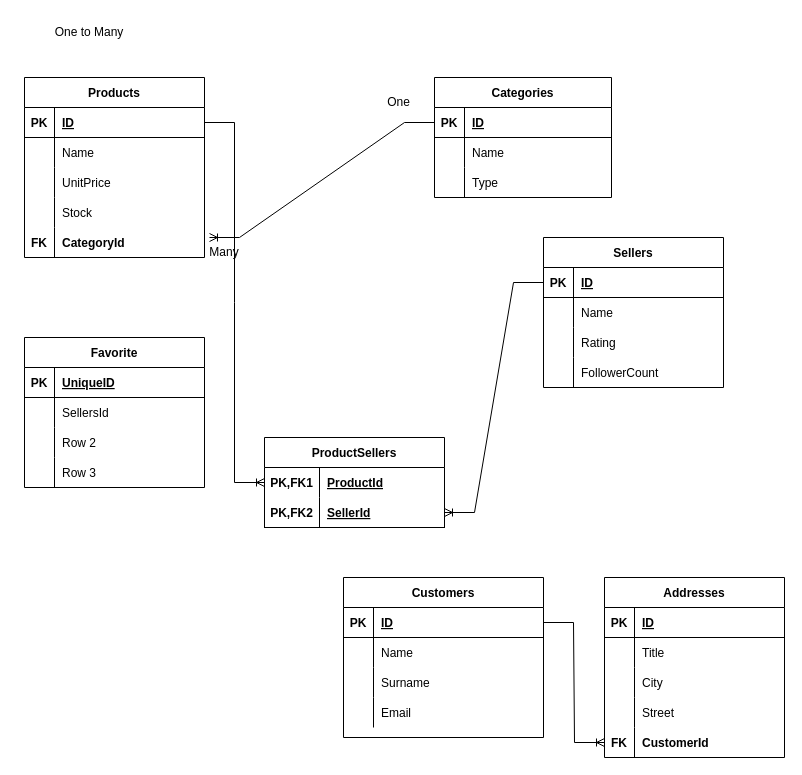
0418-omer/python keeps this draw.io diagram as Untitled Diagram.drawio. Above is the earlier version. Source tidied: cells renumbered, new cells numbered last; positions are measured from the earlier drawing's top-left corner, leaving out a move shared by most shapes. Both pictures are drawn from the tidied source at 100%, with x=0, y=0 at pixel (24, 17).
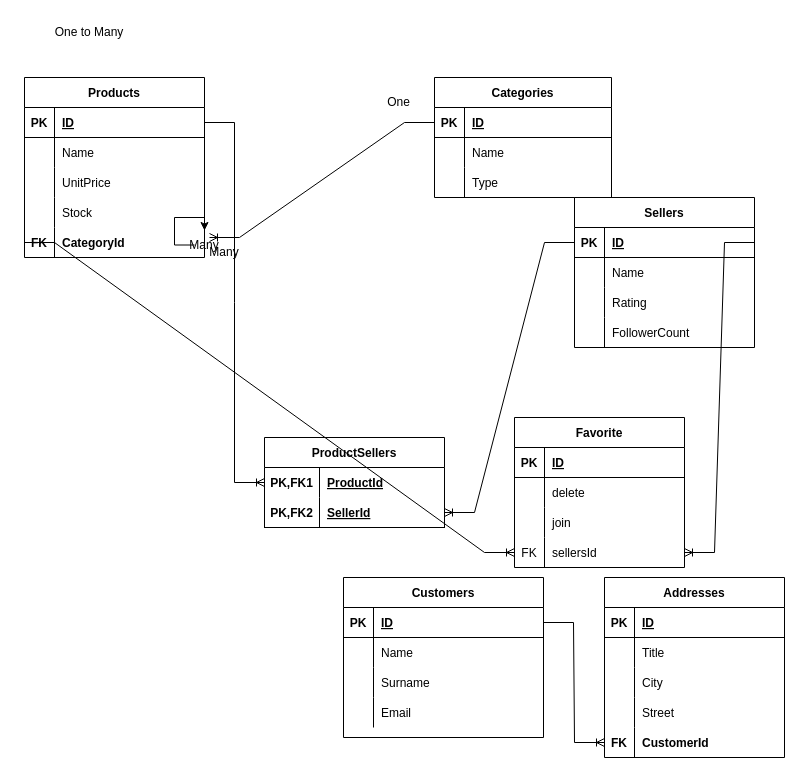
The same page after the edit.

Unchanged cells that the change refers to:
```xml
<mxCell id="15" style="shape=tableRow;horizontal=0;startSize=0;swimlaneHead=0;swimlaneBody=0;fillColor=none;points=[[0,0.5],[1,0.5]];portConstraint=eastwest;top=0;left=0;right=0;bottom=0;" parent="2" vertex="1">
  <mxGeometry y="150" width="180" height="30" as="geometry" />
</mxCell>
<mxCell id="30" value="Many" style="text;html=1;strokeColor=none;fillColor=none;align=center;verticalAlign=middle;whiteSpace=wrap;rounded=0;" parent="1" vertex="1">
  <mxGeometry x="170" y="220" width="60" height="30" as="geometry" />
</mxCell>
<mxCell id="63" style="shape=tableRow;horizontal=0;startSize=0;swimlaneHead=0;swimlaneBody=0;fillColor=none;points=[[0,0.5],[1,0.5]];portConstraint=eastwest;top=0;left=0;right=0;bottom=1;" parent="62" vertex="1">
  <mxGeometry y="30" width="180" height="30" as="geometry" />
</mxCell>
```

What changed in the source:
```diff
@@
+    <mxCell id="97" style="edgeStyle=orthogonalEdgeStyle;rounded=0;jettySize=auto;html=1;exitX=0;exitY=0.25;exitDx=0;exitDy=0;" parent="1" edge="1" source="30" target="100">
+      <mxGeometry relative="1" as="geometry" />
+    </mxCell>
@@
     <mxCell id="62" value="Sellers" style="shape=table;startSize=30;childLayout=tableLayout;rowLines=0;fontStyle=1;align=center;" parent="1" vertex="1">
-      <mxGeometry x="519" y="220" width="180" height="150" as="geometry" />
+      <mxGeometry x="550" y="180" width="180" height="150" as="geometry" />
     </mxCell>
@@
     <mxCell id="84" value="Favorite" style="shape=table;startSize=30;childLayout=tableLayout;rowLines=0;fontStyle=1;align=center;" parent="1" vertex="1">
-      <mxGeometry y="320" width="180" height="150" as="geometry" />
+      <mxGeometry x="490" y="400" width="170" height="150" as="geometry" />
     </mxCell>
     <mxCell id="85" style="shape=tableRow;horizontal=0;startSize=0;swimlaneHead=0;swimlaneBody=0;fillColor=none;top=0;left=0;right=0;bottom=1;" parent="84" vertex="1">
-      <mxGeometry y="30" width="180" height="30" as="geometry" />
+      <mxGeometry y="30" width="170" height="30" as="geometry" />
     </mxCell>
@@
-    <mxCell id="87" value="UniqueID" style="shape=partialRectangle;fillColor=none;top=0;left=0;bottom=0;right=0;align=left;spacingLeft=6;fontStyle=5;overflow=hidden;" parent="85" vertex="1">
-      <mxGeometry x="30" width="150" height="30" as="geometry" />
+    <mxCell id="87" value="ID" style="shape=partialRectangle;fillColor=none;top=0;left=0;bottom=0;right=0;align=left;spacingLeft=6;fontStyle=5;overflow=hidden;" parent="85" vertex="1">
+      <mxGeometry x="30" width="140" height="30" as="geometry" />
     </mxCell>
     <mxCell id="88" style="shape=tableRow;horizontal=0;startSize=0;swimlaneHead=0;swimlaneBody=0;fillColor=none;top=0;left=0;right=0;bottom=0;" parent="84" vertex="1">
-      <mxGeometry y="60" width="180" height="30" as="geometry" />
+      <mxGeometry y="60" width="170" height="30" as="geometry" />
     </mxCell>
@@
-    <mxCell id="90" value="SellersId" style="shape=partialRectangle;fillColor=none;top=0;left=0;bottom=0;right=0;align=left;spacingLeft=6;overflow=hidden;" parent="88" vertex="1">
-      <mxGeometry x="30" width="150" height="30" as="geometry" />
+    <mxCell id="90" value="delete" style="shape=partialRectangle;fillColor=none;top=0;left=0;bottom=0;right=0;align=left;spacingLeft=6;overflow=hidden;" parent="88" vertex="1">
+      <mxGeometry x="30" width="140" height="30" as="geometry" />
     </mxCell>
     <mxCell id="91" style="shape=tableRow;horizontal=0;startSize=0;swimlaneHead=0;swimlaneBody=0;fillColor=none;top=0;left=0;right=0;bottom=0;" parent="84" vertex="1">
-      <mxGeometry y="90" width="180" height="30" as="geometry" />
+      <mxGeometry y="90" width="170" height="30" as="geometry" />
     </mxCell>
@@
-    <mxCell id="93" value="Row 2" style="shape=partialRectangle;fillColor=none;top=0;left=0;bottom=0;right=0;align=left;spacingLeft=6;overflow=hidden;" parent="91" vertex="1">
-      <mxGeometry x="30" width="150" height="30" as="geometry" />
+    <mxCell id="93" value="join" style="shape=partialRectangle;fillColor=none;top=0;left=0;bottom=0;right=0;align=left;spacingLeft=6;overflow=hidden;" parent="91" vertex="1">
+      <mxGeometry x="30" width="140" height="30" as="geometry" />
     </mxCell>
     <mxCell id="94" style="shape=tableRow;horizontal=0;startSize=0;swimlaneHead=0;swimlaneBody=0;fillColor=none;points=[[0,0.5],[1,0.5]];portConstraint=eastwest;top=0;left=0;right=0;bottom=0;" parent="84" vertex="1">
-      <mxGeometry y="120" width="180" height="30" as="geometry" />
+      <mxGeometry y="120" width="170" height="30" as="geometry" />
     </mxCell>
-    <mxCell id="95" style="shape=partialRectangle;fillColor=none;top=0;left=0;bottom=0;right=0;overflow=hidden;" parent="94" vertex="1">
+    <mxCell id="95" value="FK" style="shape=partialRectangle;fillColor=none;top=0;left=0;bottom=0;right=0;overflow=hidden;" parent="94" vertex="1">
       <mxGeometry width="30" height="30" as="geometry" />
     </mxCell>
-    <mxCell id="96" value="Row 3" style="shape=partialRectangle;fillColor=none;top=0;left=0;bottom=0;right=0;align=left;spacingLeft=6;overflow=hidden;" parent="94" vertex="1">
-      <mxGeometry x="30" width="150" height="30" as="geometry" />
+    <mxCell id="96" value="sellersId" style="shape=partialRectangle;fillColor=none;top=0;left=0;bottom=0;right=0;align=left;spacingLeft=6;overflow=hidden;" parent="94" vertex="1">
+      <mxGeometry x="30" width="140" height="30" as="geometry" />
     </mxCell>
+    <mxCell id="98" style="edgeStyle=entityRelationEdgeStyle;fontSize=12;html=1;endArrow=ERoneToMany;rounded=0;exitX=1;exitY=0.5;exitDx=0;exitDy=0;entryX=1;entryY=0.5;entryDx=0;entryDy=0;" parent="1" edge="1" source="63" target="94">
+      <mxGeometry relative="1" as="geometry" />
+    </mxCell>
+    <mxCell id="99" style="edgeStyle=entityRelationEdgeStyle;fontSize=12;html=1;endArrow=ERoneToMany;rounded=0;entryX=0;entryY=0.5;entryDx=0;entryDy=0;exitX=0;exitY=0.5;exitDx=0;exitDy=0;" parent="1" edge="1" source="15" target="94">
+      <mxGeometry relative="1" as="geometry" />
+    </mxCell>
+    <mxCell id="100" value="Many" style="text;html=1;strokeColor=none;fillColor=none;align=center;verticalAlign=middle;whiteSpace=wrap;rounded=0;" parent="1" vertex="1">
+      <mxGeometry x="150" y="213" width="60" height="30" as="geometry" />
+    </mxCell>
```
